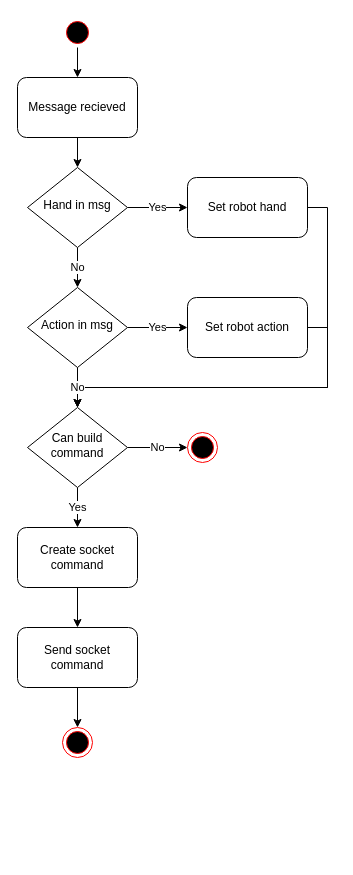
Earlier version of the draw.io diagram robot_flow.drawio (GreatSharky/CoHSCI). Source tidied: cells renumbered, new cells numbered last; positions are measured from the earlier drawing's top-left corner, leaving out a move shared by most shapes. Both pictures are drawn from the tidied source at 100%, with x=0, y=0 at pixel (17, 17).
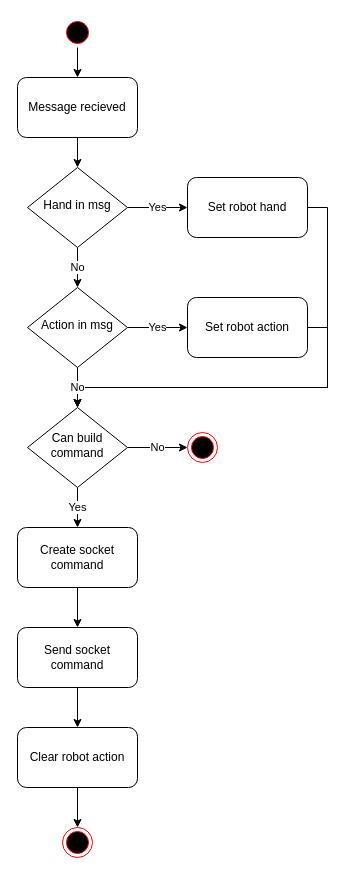
The same page after the edit.

The change refers to these unchanged cells:
```xml
<mxCell id="23" value="Send socket command" style="rounded=1;whiteSpace=wrap;html=1;" parent="1" vertex="1">
  <mxGeometry y="610" width="120" height="60" as="geometry" />
</mxCell>
```

The edit, as a diff of the source:
```diff
@@
-    <mxCell id="22" style="edgeStyle=orthogonalEdgeStyle;rounded=0;jettySize=auto;html=1;" parent="1" edge="1" source="23" target="24">
-      <mxGeometry relative="1" as="geometry" />
-    </mxCell>
+    <mxCell id="25" style="edgeStyle=orthogonalEdgeStyle;rounded=0;jettySize=auto;html=1;" parent="1" edge="1" source="23" target="27">
+      <mxGeometry relative="1" as="geometry" />
+    </mxCell>
@@
+    <mxCell id="26" style="edgeStyle=orthogonalEdgeStyle;rounded=0;jettySize=auto;html=1;" parent="1" edge="1" source="27" target="24">
+      <mxGeometry relative="1" as="geometry" />
+    </mxCell>
+    <mxCell id="27" value="Clear robot action" style="rounded=1;whiteSpace=wrap;html=1;" parent="1" vertex="1">
+      <mxGeometry y="710" width="120" height="60" as="geometry" />
+    </mxCell>
     <mxCell id="24" value="No" style="ellipse;html=1;shape=endState;fillColor=#000000;strokeColor=#ff0000;" parent="1" vertex="1">
-      <mxGeometry x="45" y="710" width="30" height="30" as="geometry" />
+      <mxGeometry x="45" y="810" width="30" height="30" as="geometry" />
     </mxCell>
```
